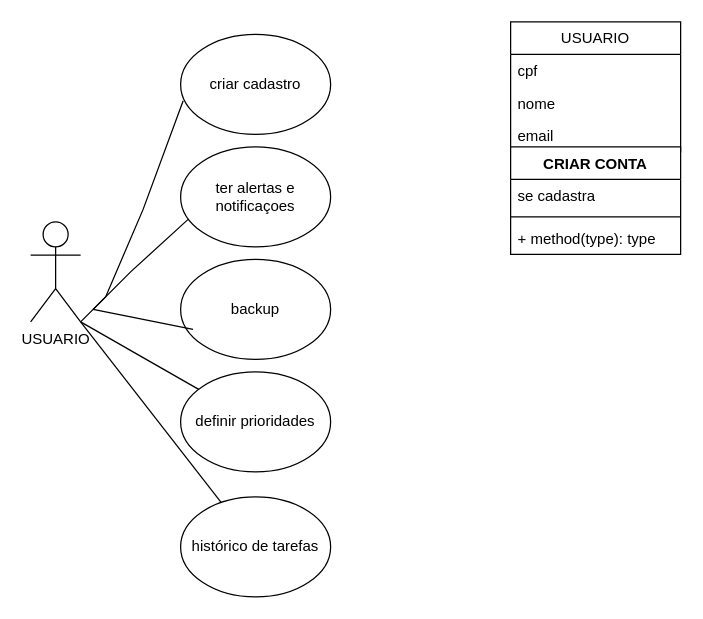
Above: page "Página-6" (6 of 6) of bla.drawio in liviabla/diagramasderequisitos (draw.io), before the change. Source tidied: cells renumbered, new cells numbered last; positions are measured from the earlier drawing's top-left corner, leaving out a move shared by most shapes. Both pictures are drawn from the tidied source at 125%, with x=0, y=0 at pixel (30, 21).
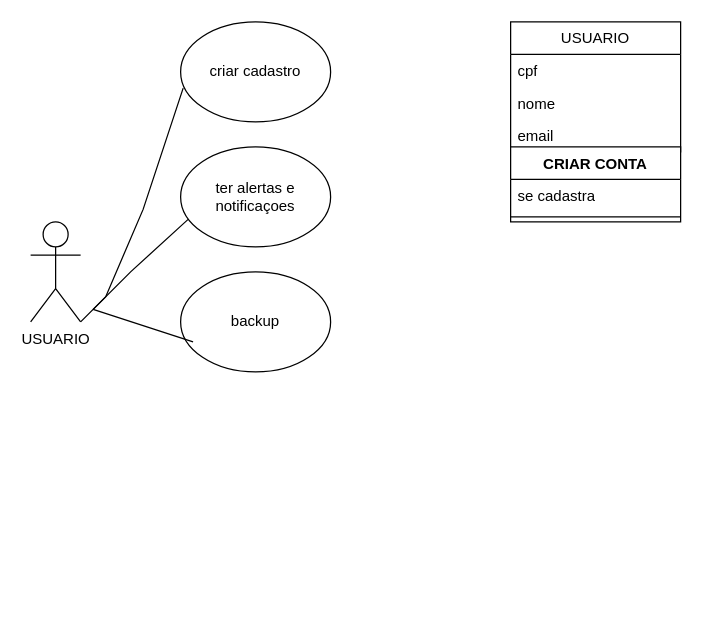
After the change.

Unchanged cells that the change refers to:
```xml
<mxCell id="2" value="USUARIO" style="shape=umlActor;verticalLabelPosition=bottom;verticalAlign=top;html=1;outlineConnect=0;" parent="1" vertex="1">
  <mxGeometry y="160" width="40" height="80" as="geometry" />
</mxCell>
```

Change to the diagram source:
```diff
@@
     <mxCell id="3" value="criar cadastro" style="ellipse;whiteSpace=wrap;html=1;" parent="1" vertex="1">
-      <mxGeometry x="120" y="10" width="120" height="80" as="geometry" />
+      <mxGeometry x="120" width="120" height="80" as="geometry" />
     </mxCell>
@@
     <mxCell id="5" value="backup" style="ellipse;whiteSpace=wrap;html=1;" parent="1" vertex="1">
-      <mxGeometry x="120" y="190" width="120" height="80" as="geometry" />
+      <mxGeometry x="120" y="200" width="120" height="80" as="geometry" />
     </mxCell>
-    <mxCell id="6" value="definir prioridades" style="ellipse;whiteSpace=wrap;html=1;" parent="1" vertex="1">
-      <mxGeometry x="120" y="280" width="120" height="80" as="geometry" />
-    </mxCell>
-    <mxCell id="7" value="histórico de tarefas" style="ellipse;whiteSpace=wrap;html=1;" parent="1" vertex="1">
-      <mxGeometry x="120" y="380" width="120" height="80" as="geometry" />
-    </mxCell>
@@
-    <mxCell id="11" style="endArrow=none;html=1;rounded=0;" parent="1" edge="1" target="6">
-      <mxGeometry relative="1" as="geometry">
-        <mxPoint x="40" y="240" as="sourcePoint" />
-      </mxGeometry>
-    </mxCell>
-    <mxCell id="12" style="endArrow=none;html=1;rounded=0;exitX=1;exitY=1;exitDx=0;exitDy=0;exitPerimeter=0;" parent="1" edge="1" source="2" target="7">
-      <mxGeometry relative="1" as="geometry" />
-    </mxCell>
@@
     <mxCell id="17" value="CRIAR CONTA" style="swimlane;fontStyle=1;align=center;verticalAlign=top;horizontal=1;startSize=26;whiteSpace=wrap;html=1;" parent="1" vertex="1">
-      <mxGeometry x="384" y="100" width="136" height="86" as="geometry" />
+      <mxGeometry x="384" y="100" width="136" height="60" as="geometry" />
     </mxCell>
@@
-    <mxCell id="20" value="+ method(type): type" style="text;strokeColor=none;fillColor=none;align=left;verticalAlign=top;spacingLeft=4;spacingRight=4;overflow=hidden;whiteSpace=wrap;html=1;" parent="17" vertex="1">
-      <mxGeometry y="60" width="136" height="26" as="geometry" />
-    </mxCell>
```
